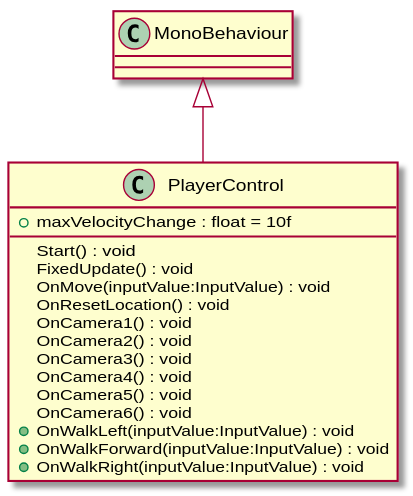
Before: UML/MallowMystery/Assets/Scripts/PlayerControl.svg, a diagram exported from PlantUML (robinsuurs/Mallow_Mysterie).
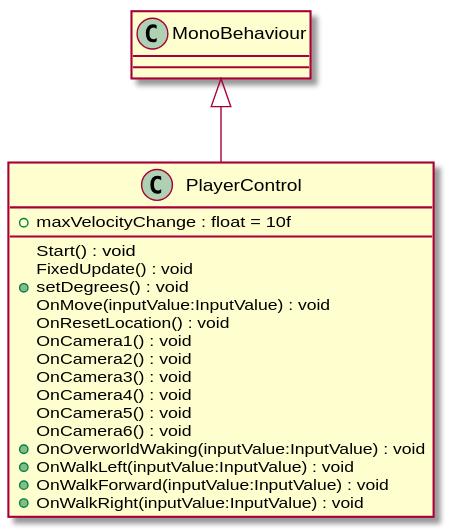
After the commit.

Change to the diagram source:
```diff
@@ -3,6 +3,7 @@
     + maxVelocityChange : float = 10f
     Start() : void
     FixedUpdate() : void
+    + setDegrees() : void
     OnMove(inputValue:InputValue) : void
     OnResetLocation() : void
     OnCamera1() : void
@@ -11,6 +12,7 @@
     OnCamera4() : void
     OnCamera5() : void
     OnCamera6() : void
+    + OnOverworldWaking(inputValue:InputValue) : void
     + OnWalkLeft(inputValue:InputValue) : void
     + OnWalkForward(inputValue:InputValue) : void
     + OnWalkRight(inputValue:InputValue) : void
```
